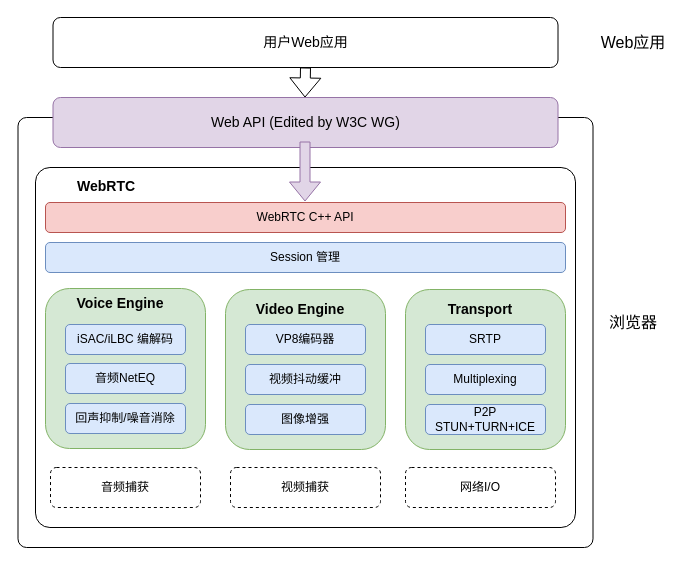
jhongxu/image-hosting keeps this draw.io diagram as drawio/webrtc架构.drawio. Above is the earlier version. Source tidied: cells renumbered, new cells numbered last; positions are measured from the earlier drawing's top-left corner, leaving out a move shared by most shapes. Both pictures are drawn from the tidied source at 100%, with x=0, y=0 at pixel (17, 17).
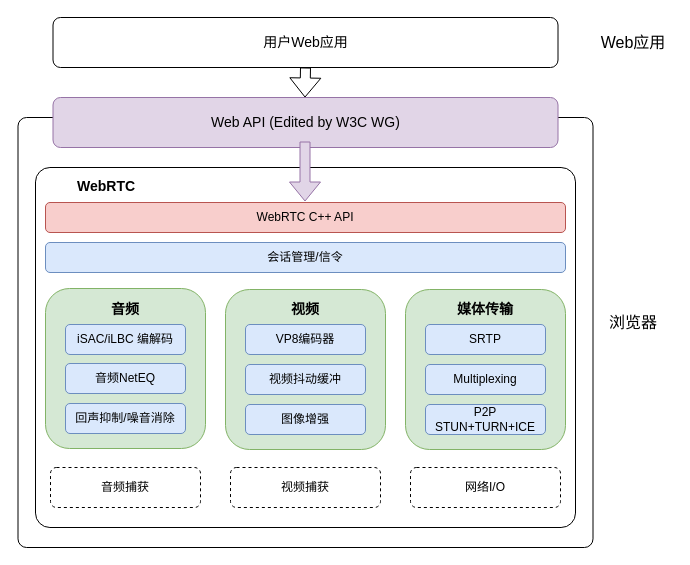
Above is the later version.

What changed in the source:
```diff
@@
     <mxCell id="7" value="网络I/O" style="rounded=1;whiteSpace=wrap;html=1;dashed=1;" parent="1" vertex="1">
-      <mxGeometry x="388" y="450" width="150" height="40" as="geometry" />
+      <mxGeometry x="393" y="450" width="150" height="40" as="geometry" />
     </mxCell>
@@
-    <mxCell id="20" value="Session 管理" style="rounded=1;whiteSpace=wrap;html=1;fillColor=#dae8fc;strokeColor=#6c8ebf;" parent="1" vertex="1">
+    <mxCell id="20" value="会话管理/信令" style="rounded=1;whiteSpace=wrap;html=1;fillColor=#dae8fc;strokeColor=#6c8ebf;" parent="1" vertex="1">
       <mxGeometry x="28" y="225" width="520" height="30" as="geometry" />
     </mxCell>
@@
-    <mxCell id="22" value="Voice Engine" style="text;html=1;strokeColor=none;fillColor=none;align=center;verticalAlign=middle;whiteSpace=wrap;rounded=0;fontSize=14;fontStyle=1;" parent="1" vertex="1">
-      <mxGeometry x="48" y="271" width="110" height="30" as="geometry" />
+    <mxCell id="22" value="音频" style="text;html=1;strokeColor=none;fillColor=none;align=center;verticalAlign=middle;whiteSpace=wrap;rounded=0;fontSize=14;fontStyle=1;" parent="1" vertex="1">
+      <mxGeometry x="53" y="277" width="110" height="30" as="geometry" />
     </mxCell>
-    <mxCell id="23" value="Video Engine" style="text;html=1;strokeColor=none;fillColor=none;align=center;verticalAlign=middle;whiteSpace=wrap;rounded=0;fontSize=14;fontStyle=1;" parent="1" vertex="1">
-      <mxGeometry x="228" y="277" width="110" height="30" as="geometry" />
+    <mxCell id="23" value="视频" style="text;html=1;strokeColor=none;fillColor=none;align=center;verticalAlign=middle;whiteSpace=wrap;rounded=0;fontSize=14;fontStyle=1;" parent="1" vertex="1">
+      <mxGeometry x="233" y="277" width="110" height="30" as="geometry" />
     </mxCell>
-    <mxCell id="24" value="Transport" style="text;html=1;strokeColor=none;fillColor=none;align=center;verticalAlign=middle;whiteSpace=wrap;rounded=0;fontSize=14;fontStyle=1;" parent="1" vertex="1">
-      <mxGeometry x="408" y="277" width="110" height="30" as="geometry" />
+    <mxCell id="24" value="媒体传输" style="text;html=1;strokeColor=none;fillColor=none;align=center;verticalAlign=middle;whiteSpace=wrap;rounded=0;fontSize=14;fontStyle=1;" parent="1" vertex="1">
+      <mxGeometry x="413" y="277" width="110" height="30" as="geometry" />
     </mxCell>
```
